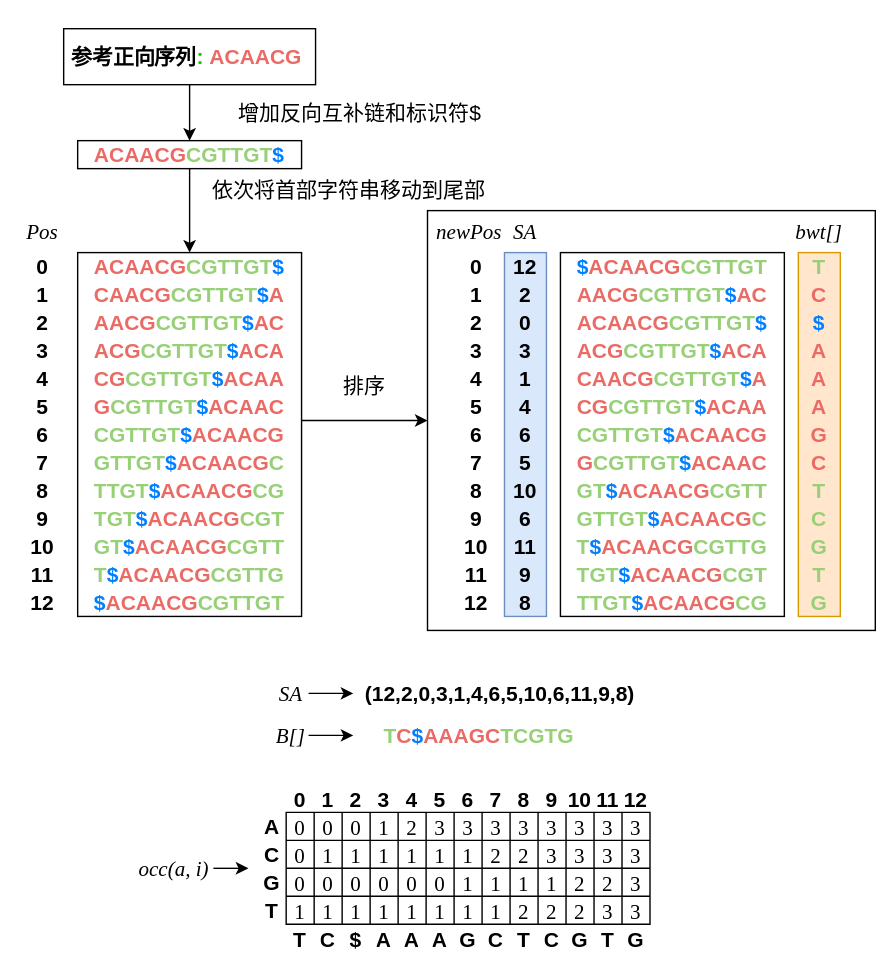
Earlier version of the draw.io export FM-INDEX.drawio.svg (csyourui/bgi_figure). Source tidied: cells renumbered, new cells last; positions are measured from the earlier drawing's top-left corner, leaving out a move shared by most shapes.
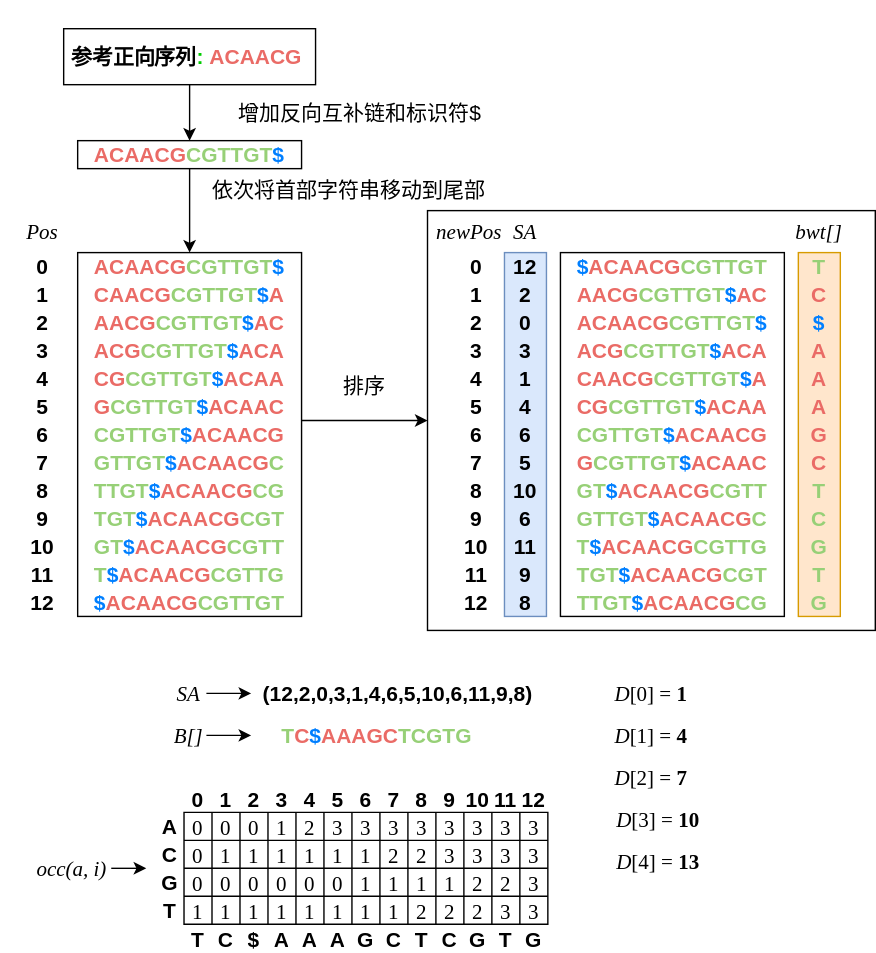
After the commit.

Change to the diagram source:
```diff
@@ -120,7 +120,7 @@
       <mxGeometry x="215" y="260" width="90" height="30" as="geometry" />
     </mxCell>
     <mxCell id="41" style="shape=table;html=1;whiteSpace=wrap;startSize=0;labelBackgroundColor=none;labelBorderColor=none;fontFamily=Times New Roman;fontSize=15;fontColor=#000000;strokeColor=default;gradientColor=none;" parent="1" vertex="1">
-      <mxGeometry x="204" y="580" width="260" height="80" as="geometry" />
+      <mxGeometry x="131" y="580" width="260" height="80" as="geometry" />
     </mxCell>
     <mxCell id="42" style="shape=tableRow;horizontal=0;startSize=0;swimlaneHead=0;swimlaneBody=0;top=0;left=0;bottom=0;right=0;fillColor=none;labelBackgroundColor=none;labelBorderColor=none;fontFamily=Times New Roman;fontSize=15;fontColor=#000000;strokeColor=default;" parent="41" vertex="1">
       <mxGeometry width="260" height="20" as="geometry" />
@@ -291,19 +291,19 @@
       <mxGeometry x="240" width="20" height="20" as="geometry" />
     </mxCell>
     <mxCell id="98" value="&lt;b style=&quot;&quot;&gt;A&lt;/b&gt;" style="text;html=1;strokeColor=none;fillColor=none;align=center;verticalAlign=middle;whiteSpace=wrap;rounded=0;fontSize=15;fontColor=#000000;" parent="1" vertex="1">
-      <mxGeometry x="184" y="580" width="20" height="20" as="geometry" />
+      <mxGeometry x="111" y="580" width="20" height="20" as="geometry" />
     </mxCell>
     <mxCell id="99" value="&lt;b&gt;C&lt;/b&gt;" style="text;html=1;strokeColor=none;fillColor=none;align=center;verticalAlign=middle;whiteSpace=wrap;rounded=0;fontSize=15;fontColor=#000000;" parent="1" vertex="1">
-      <mxGeometry x="184" y="600" width="20" height="20" as="geometry" />
+      <mxGeometry x="111" y="600" width="20" height="20" as="geometry" />
     </mxCell>
     <mxCell id="100" value="&lt;b style=&quot;&quot;&gt;G&lt;/b&gt;" style="text;html=1;strokeColor=none;fillColor=none;align=center;verticalAlign=middle;whiteSpace=wrap;rounded=0;fontSize=15;fontColor=#000000;" parent="1" vertex="1">
-      <mxGeometry x="184" y="620" width="20" height="20" as="geometry" />
+      <mxGeometry x="111" y="620" width="20" height="20" as="geometry" />
     </mxCell>
     <mxCell id="101" value="&lt;b style=&quot;&quot;&gt;T&lt;/b&gt;" style="text;html=1;strokeColor=none;fillColor=none;align=center;verticalAlign=middle;whiteSpace=wrap;rounded=0;fontSize=15;fontColor=#000000;" parent="1" vertex="1">
-      <mxGeometry x="184" y="640" width="20" height="20" as="geometry" />
+      <mxGeometry x="111" y="640" width="20" height="20" as="geometry" />
     </mxCell>
     <mxCell id="102" style="shape=table;html=1;whiteSpace=wrap;startSize=0;fontSize=15;fontStyle=1;strokeColor=none;opacity=0;" parent="1" vertex="1">
-      <mxGeometry x="204" y="560" width="260" height="20" as="geometry" />
+      <mxGeometry x="131" y="560" width="260" height="20" as="geometry" />
     </mxCell>
     <mxCell id="103" style="shape=tableRow;horizontal=0;startSize=0;swimlaneHead=0;swimlaneBody=0;top=0;left=0;bottom=0;right=0;fillColor=none;fontSize=15;fontStyle=1;strokeColor=none;opacity=0;" parent="102" vertex="1">
       <mxGeometry width="260" height="20" as="geometry" />
@@ -348,7 +348,7 @@
       <mxGeometry x="240" width="20" height="20" as="geometry" />
     </mxCell>
     <mxCell id="117" style="shape=table;html=1;whiteSpace=wrap;startSize=0;fontSize=15;fontStyle=1;strokeColor=none;opacity=0;" parent="1" vertex="1">
-      <mxGeometry x="204" y="660" width="260" height="20" as="geometry" />
+      <mxGeometry x="131" y="660" width="260" height="20" as="geometry" />
     </mxCell>
     <mxCell id="118" style="shape=tableRow;horizontal=0;startSize=0;swimlaneHead=0;swimlaneBody=0;top=0;left=0;bottom=0;right=0;fillColor=none;fontSize=15;fontStyle=1;strokeColor=none;opacity=0;" parent="117" vertex="1">
       <mxGeometry width="260" height="20" as="geometry" />
@@ -394,15 +394,15 @@
     </mxCell>
     <mxCell id="132" style="edgeStyle=orthogonalEdgeStyle;rounded=0;orthogonalLoop=1;jettySize=auto;html=1;entryX=0;entryY=0.5;entryDx=0;entryDy=0;fontSize=15;fontColor=#000000;" parent="1" edge="1">
       <mxGeometry relative="1" as="geometry">
-        <mxPoint x="152" y="620" as="sourcePoint" />
-        <mxPoint x="177" y="620" as="targetPoint" />
+        <mxPoint x="79" y="620" as="sourcePoint" />
+        <mxPoint x="104" y="620" as="targetPoint" />
       </mxGeometry>
     </mxCell>
     <mxCell id="133" value="&lt;font face=&quot;Times New Roman&quot;&gt;&lt;i&gt;occ(a, i)&lt;/i&gt;&lt;/font&gt;" style="text;html=1;strokeColor=none;fillColor=none;align=center;verticalAlign=middle;whiteSpace=wrap;rounded=0;fontSize=15;fontColor=#000000;" parent="1" vertex="1">
-      <mxGeometry x="98" y="605" width="52" height="30" as="geometry" />
+      <mxGeometry x="25" y="605" width="52" height="30" as="geometry" />
     </mxCell>
     <mxCell id="134" style="group;" parent="1" vertex="1">
-      <mxGeometry x="195" y="480" width="267" height="60" as="geometry" />
+      <mxGeometry x="122" y="480" width="267" height="60" as="geometry" />
     </mxCell>
     <mxCell id="135" value="&lt;font style=&quot;font-size: 15px;&quot;&gt;&lt;b&gt;&lt;font color=&quot;#97d077&quot;&gt;T&lt;/font&gt;&lt;/b&gt;&lt;b&gt;&lt;font color=&quot;#ea6b66&quot;&gt;C&lt;/font&gt;&lt;/b&gt;&lt;/font&gt;&lt;b style=&quot;font-size: 15px;&quot;&gt;&lt;font color=&quot;#007fff&quot;&gt;$&lt;/font&gt;&lt;/b&gt;&lt;b style=&quot;font-size: 15px;&quot;&gt;&lt;font color=&quot;#ea6b66&quot;&gt;AAAGC&lt;/font&gt;&lt;/b&gt;&lt;b style=&quot;font-size: 15px;&quot;&gt;&lt;font color=&quot;#97d077&quot;&gt;TCGTG&lt;/font&gt;&lt;/b&gt;" style="rounded=0;whiteSpace=wrap;html=1;strokeColor=none;sketch=1;opacity=0;" parent="134" vertex="1">
       <mxGeometry x="57" y="35" width="180" height="20" as="geometry" />
@@ -611,5 +611,20 @@
     <mxCell id="203" value="&lt;font&gt;&lt;b&gt;G&lt;/b&gt;&lt;/font&gt;" style="text;html=1;strokeColor=none;fillColor=none;align=center;verticalAlign=middle;whiteSpace=wrap;rounded=0;fontSize=15;fontColor=#97D077;" parent="141" vertex="1">
       <mxGeometry x="265" y="270" width="30" height="20" as="geometry" />
     </mxCell>
+    <mxCell id="204" value="&lt;font face=&quot;Times New Roman&quot;&gt;&lt;i&gt;D&lt;/i&gt;[0]&lt;i&gt; &lt;/i&gt;= &lt;b&gt;1&lt;/b&gt;&lt;/font&gt;" style="text;html=1;strokeColor=none;fillColor=none;align=center;verticalAlign=middle;whiteSpace=wrap;rounded=0;fontSize=15;fontColor=#000000;" parent="1" vertex="1">
+      <mxGeometry x="435" y="480" width="60" height="30" as="geometry" />
+    </mxCell>
+    <mxCell id="205" value="&lt;font face=&quot;Times New Roman&quot;&gt;&lt;i&gt;D&lt;/i&gt;[1]&lt;i&gt; &lt;/i&gt;= &lt;b&gt;4&lt;/b&gt;&lt;/font&gt;" style="text;html=1;strokeColor=none;fillColor=none;align=center;verticalAlign=middle;whiteSpace=wrap;rounded=0;fontSize=15;fontColor=#000000;" parent="1" vertex="1">
+      <mxGeometry x="435" y="510" width="60" height="30" as="geometry" />
+    </mxCell>
+    <mxCell id="206" value="&lt;font face=&quot;Times New Roman&quot;&gt;&lt;i&gt;D&lt;/i&gt;[2]&lt;i&gt; &lt;/i&gt;= &lt;b&gt;7&lt;/b&gt;&lt;/font&gt;" style="text;html=1;strokeColor=none;fillColor=none;align=center;verticalAlign=middle;whiteSpace=wrap;rounded=0;fontSize=15;fontColor=#000000;" parent="1" vertex="1">
+      <mxGeometry x="435" y="540" width="60" height="30" as="geometry" />
+    </mxCell>
+    <mxCell id="207" value="&lt;font face=&quot;Times New Roman&quot;&gt;&lt;i&gt;D&lt;/i&gt;[3]&lt;i&gt; &lt;/i&gt;= &lt;b&gt;10&lt;/b&gt;&lt;/font&gt;" style="text;html=1;strokeColor=none;fillColor=none;align=center;verticalAlign=middle;whiteSpace=wrap;rounded=0;fontSize=15;fontColor=#000000;" parent="1" vertex="1">
+      <mxGeometry x="435" y="570" width="70" height="30" as="geometry" />
+    </mxCell>
+    <mxCell id="208" value="&lt;font face=&quot;Times New Roman&quot;&gt;&lt;i&gt;D&lt;/i&gt;[4]&lt;i&gt; &lt;/i&gt;= &lt;b&gt;13&lt;/b&gt;&lt;/font&gt;" style="text;html=1;strokeColor=none;fillColor=none;align=center;verticalAlign=middle;whiteSpace=wrap;rounded=0;fontSize=15;fontColor=#000000;" parent="1" vertex="1">
+      <mxGeometry x="435" y="600" width="70" height="30" as="geometry" />
+    </mxCell>
   </root>
 </mxGraphModel>
```
